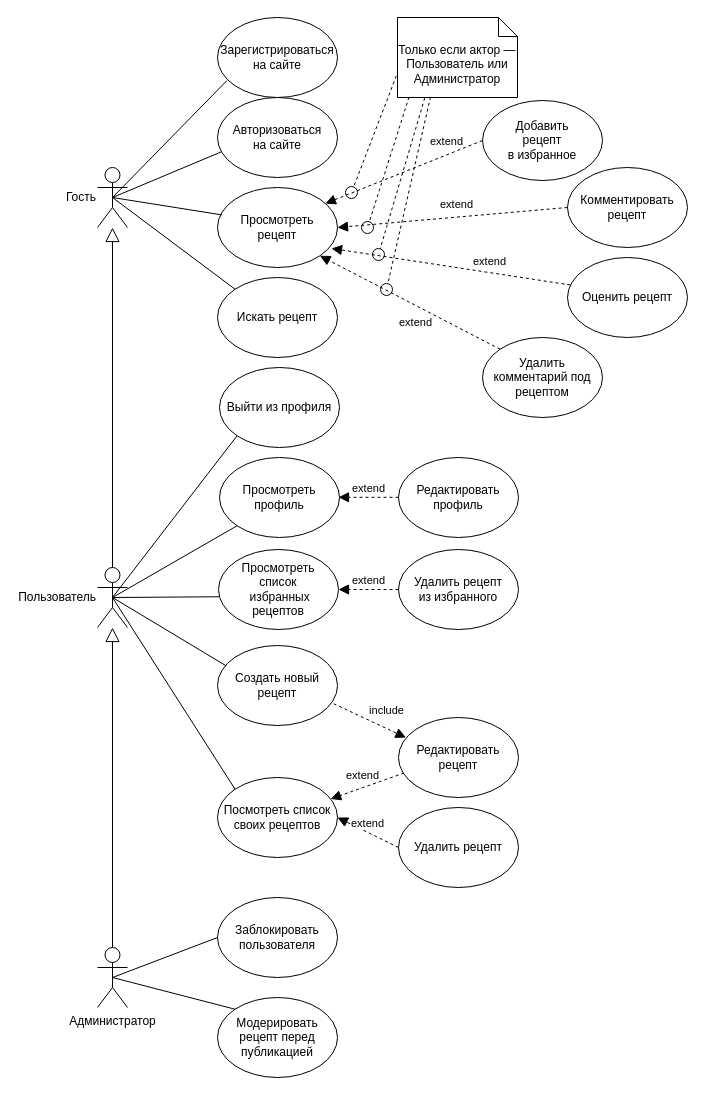
The draw.io diagram docs/Use-cases diagram/Use-cases diagram — Web Gastronomy.drawio in BullDigga/web-gastronomy, before the edit. Source tidied: cells renumbered, new cells numbered last; positions are measured from the earlier drawing's top-left corner, leaving out a move shared by most shapes. Both pictures are drawn from the tidied source at 100%, with x=0, y=0 at pixel (97, 17).
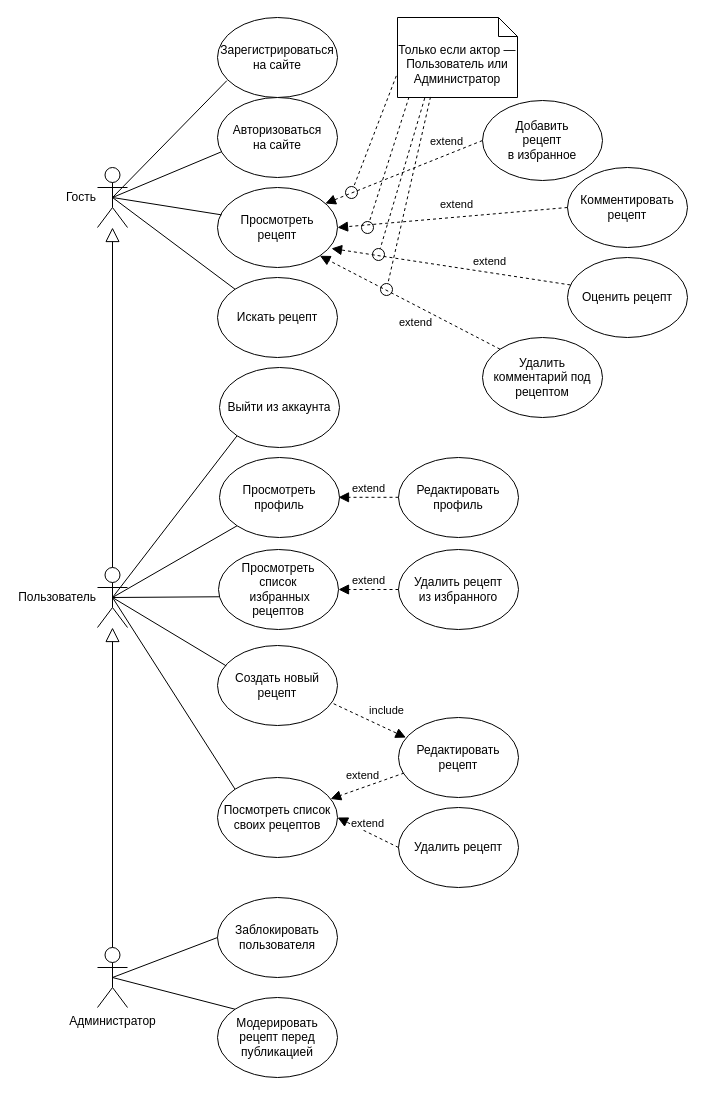
The same diagram, later.

Commit message (it also covers changes not shown here):
Действительно исправлено «Выйти из профиля» на «Выйти из аккаунта» в use-cases диаграмме

The edit, as a diff of the source:
```diff
@@
-    <mxCell id="34" value="Выйти из профиля" style="ellipse;whiteSpace=wrap;html=1;" parent="1" vertex="1">
+    <mxCell id="34" value="Выйти из аккаунта" style="ellipse;whiteSpace=wrap;html=1;" parent="1" vertex="1">
       <mxGeometry x="122" y="350" width="120" height="80" as="geometry" />
     </mxCell>
```
